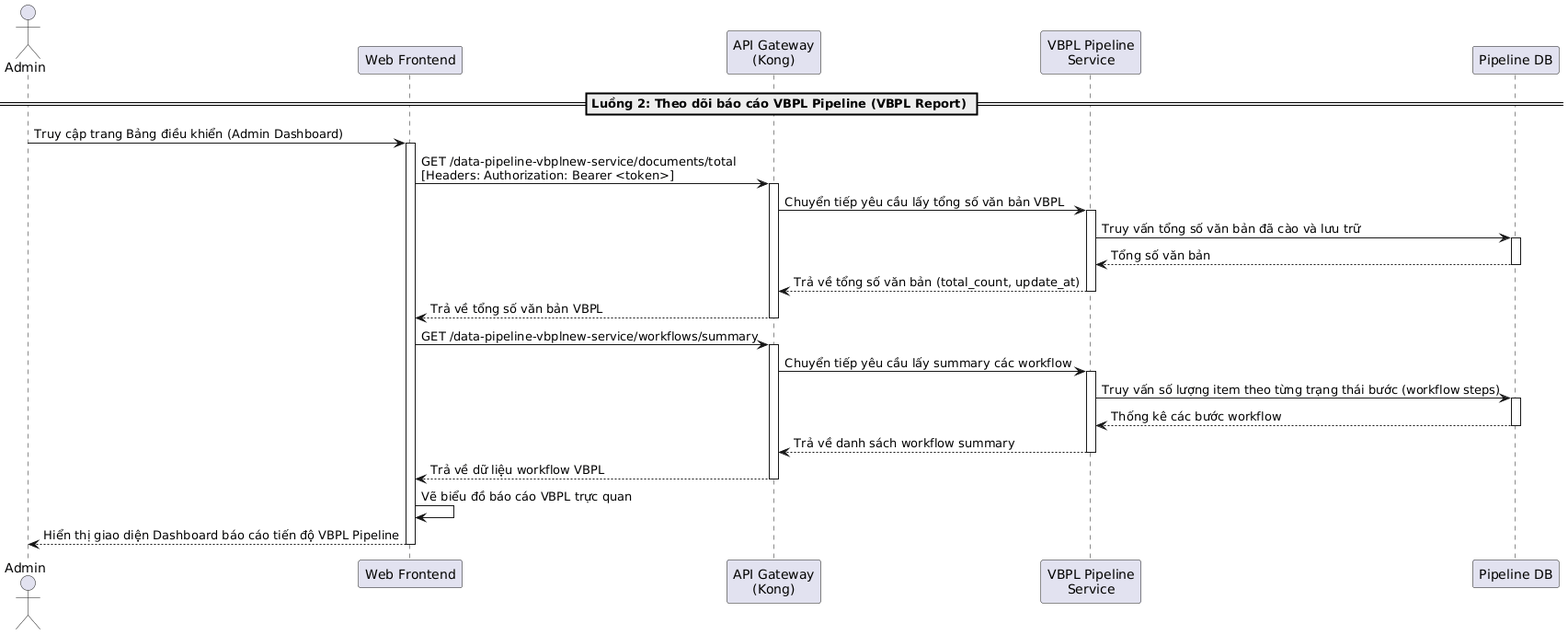
The PlantUML diagram temp/05-sequence/UML-Sequence-27.png in 20206205Tech/docs-uml, before a commit. Source of this version:
```plantuml
@startuml
actor "Admin" as Admin
participant "Web Frontend" as Frontend
participant "API Gateway\n(Kong)" as Kong
participant "VBPL Pipeline\nService" as VbplService
participant "Pipeline DB" as DB

== Luồng 2: Theo dõi báo cáo VBPL Pipeline (VBPL Report) ==
Admin -> Frontend: Truy cập trang Bảng điều khiển (Admin Dashboard)
activate Frontend

Frontend -> Kong: GET /data-pipeline-vbplnew-service/documents/total\n[Headers: Authorization: Bearer <token>]
activate Kong
Kong -> VbplService: Chuyển tiếp yêu cầu lấy tổng số văn bản VBPL
activate VbplService
VbplService -> DB: Truy vấn tổng số văn bản đã cào và lưu trữ
activate DB
DB --> VbplService: Tổng số văn bản
deactivate DB
VbplService --> Kong: Trả về tổng số văn bản (total_count, update_at)
deactivate VbplService
Kong --> Frontend: Trả về tổng số văn bản VBPL
deactivate Kong

Frontend -> Kong: GET /data-pipeline-vbplnew-service/workflows/summary
activate Kong
Kong -> VbplService: Chuyển tiếp yêu cầu lấy summary các workflow
activate VbplService
VbplService -> DB: Truy vấn số lượng item theo từng trạng thái bước (workflow steps)
activate DB
DB --> VbplService: Thống kê các bước workflow
deactivate DB
VbplService --> Kong: Trả về danh sách workflow summary
deactivate VbplService
Kong --> Frontend: Trả về dữ liệu workflow VBPL
deactivate Kong

Frontend -> Frontend: Vẽ biểu đồ báo cáo VBPL trực quan
Frontend --> Admin: Hiển thị giao diện Dashboard báo cáo tiến độ VBPL Pipeline
deactivate Frontend
@enduml
```
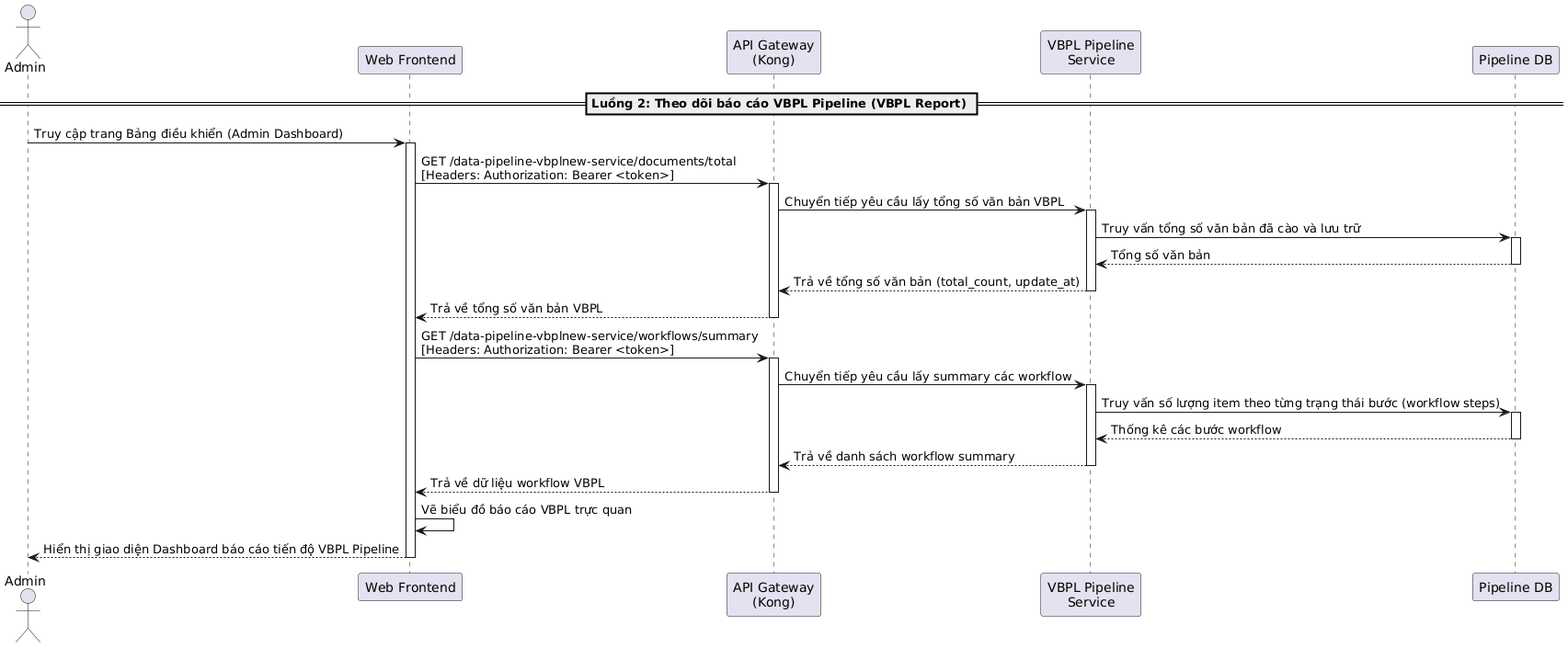
The same file after the commit.

The edit, as a diff of the source:
```diff
@@ -22,7 +22,7 @@
 Kong --> Frontend: Trả về tổng số văn bản VBPL
 deactivate Kong
 
-Frontend -> Kong: GET /data-pipeline-vbplnew-service/workflows/summary
+Frontend -> Kong: GET /data-pipeline-vbplnew-service/workflows/summary\n[Headers: Authorization: Bearer <token>]
 activate Kong
 Kong -> VbplService: Chuyển tiếp yêu cầu lấy summary các workflow
 activate VbplService
```
